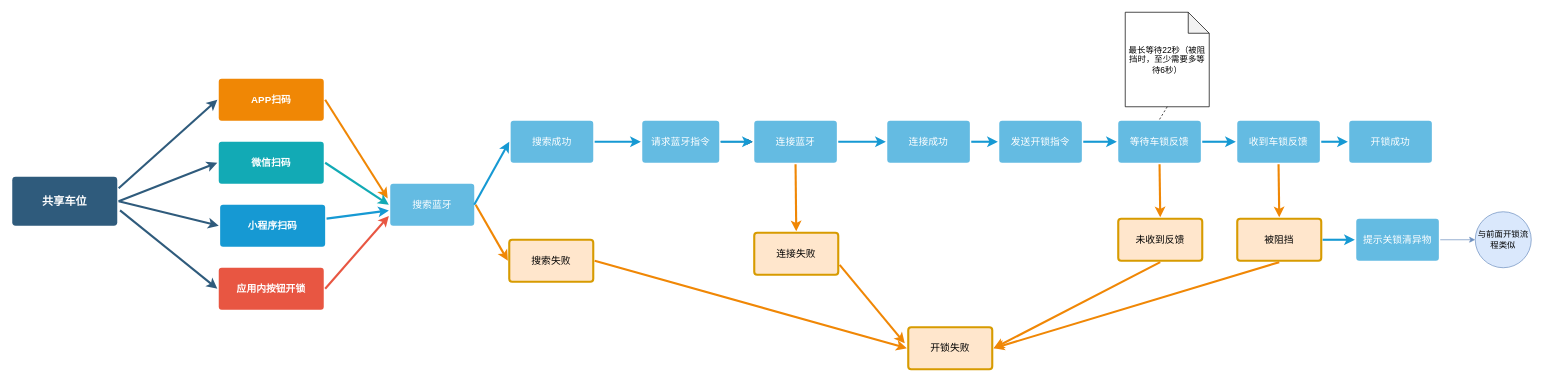
Earlier version of the draw.io diagram page "开锁流程" (1 of 3) of spark/开关锁流程.drawio (MYZ6/draw-io). Source tidied: cells renumbered, new cells numbered last; positions are measured from the earlier drawing's top-left corner, leaving out a move shared by most shapes. Both pictures are drawn from the tidied source at 70%, with x=0, y=0 at pixel (12, 12).
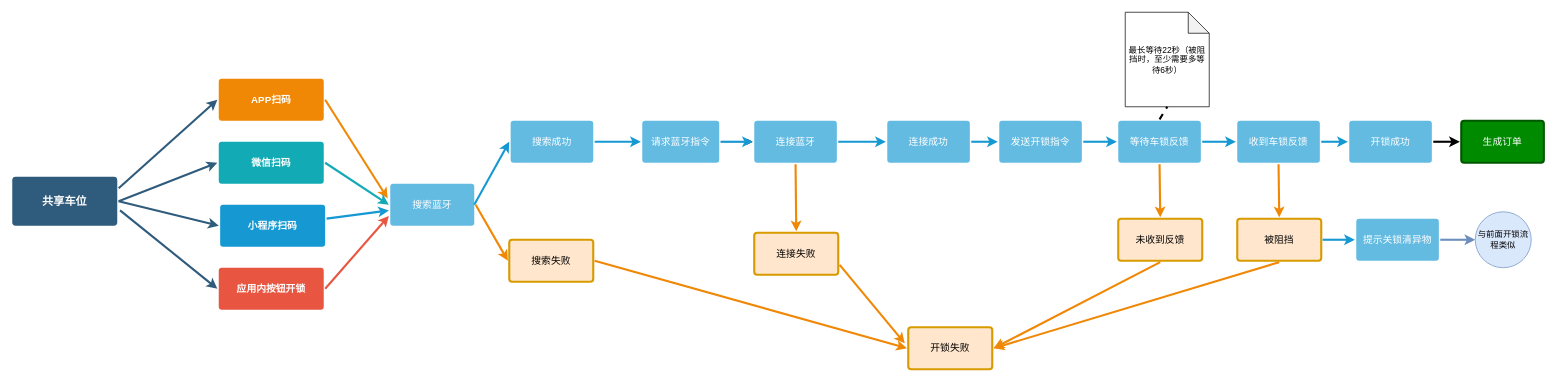
The same page after the edit.

Unchanged cells that the change refers to:
```xml
<mxCell id="26" value="等待车锁反馈" style="rounded=1;whiteSpace=wrap;html=1;shadow=0;labelBackgroundColor=none;strokeColor=none;strokeWidth=3;fillColor=#64bbe2;fontFamily=Helvetica;fontSize=14;fontColor=#FFFFFF;align=center;spacing=5;arcSize=7;perimeterSpacing=2;" parent="1" vertex="1">
  <mxGeometry x="1580" y="155" width="118" height="60" as="geometry" />
</mxCell>
<mxCell id="28" value="最长等待22秒（被阻挡时，至少需要多等待6秒）" style="shape=note;whiteSpace=wrap;html=1;backgroundOutline=1;darkOpacity=0.05;" parent="1" vertex="1">
  <mxGeometry x="1590" width="120" height="135" as="geometry" />
</mxCell>
<mxCell id="31" value="开锁成功" style="rounded=1;whiteSpace=wrap;html=1;shadow=0;labelBackgroundColor=none;strokeColor=none;strokeWidth=3;fillColor=#64bbe2;fontFamily=Helvetica;fontSize=14;fontColor=#FFFFFF;align=center;spacing=5;arcSize=7;perimeterSpacing=2;" parent="1" vertex="1">
  <mxGeometry x="1910" y="155" width="118" height="60" as="geometry" />
</mxCell>
<mxCell id="49" value="提示关锁清异物" style="rounded=1;whiteSpace=wrap;html=1;shadow=0;labelBackgroundColor=none;strokeColor=none;strokeWidth=3;fillColor=#64bbe2;fontFamily=Helvetica;fontSize=14;fontColor=#FFFFFF;align=center;spacing=5;arcSize=7;perimeterSpacing=2;" parent="1" vertex="1">
  <mxGeometry x="1920" y="295" width="118" height="60" as="geometry" />
</mxCell>
<mxCell id="51" value="与前面开锁流程类似" style="ellipse;whiteSpace=wrap;html=1;fillColor=#dae8fc;strokeColor=#6c8ebf;" parent="1" vertex="1">
  <mxGeometry x="2090" y="285" width="80" height="80" as="geometry" />
</mxCell>
```

Change to the diagram source:
```diff
@@
-    <mxCell id="29" style="endArrow=none;dashed=1;html=1;entryX=0.5;entryY=1;entryDx=0;entryDy=0;entryPerimeter=0;exitX=0.5;exitY=0;exitDx=0;exitDy=0;" parent="1" edge="1" source="26" target="28">
+    <mxCell id="29" style="endArrow=none;dashed=1;html=1;entryX=0.5;entryY=1;entryDx=0;entryDy=0;entryPerimeter=0;exitX=0.5;exitY=0;exitDx=0;exitDy=0;strokeWidth=3;" parent="1" edge="1" source="26" target="28">
       <mxGeometry relative="1" as="geometry" />
     </mxCell>
@@
+    <mxCell id="52" style="edgeStyle=orthogonalEdgeStyle;rounded=0;jettySize=auto;html=1;entryX=0;entryY=0.5;entryDx=0;entryDy=0;strokeWidth=3;" parent="1" edge="1" source="31" target="53">
+      <mxGeometry relative="1" as="geometry" />
+    </mxCell>
@@
-    <mxCell id="48" style="edgeStyle=orthogonalEdgeStyle;rounded=0;jettySize=auto;html=1;entryX=0;entryY=0.5;entryDx=0;entryDy=0;fillColor=#dae8fc;strokeColor=#6c8ebf;" parent="1" edge="1" source="49" target="51">
+    <mxCell id="48" style="edgeStyle=orthogonalEdgeStyle;rounded=0;jettySize=auto;html=1;entryX=0;entryY=0.5;entryDx=0;entryDy=0;fillColor=#dae8fc;strokeColor=#6c8ebf;strokeWidth=3;" parent="1" edge="1" source="49" target="51">
       <mxGeometry relative="1" as="geometry" />
     </mxCell>
@@
+    <mxCell id="53" value="生成订单" style="rounded=1;whiteSpace=wrap;html=1;shadow=0;labelBackgroundColor=none;strokeColor=#005700;strokeWidth=3;fillColor=#008a00;fontFamily=Helvetica;fontSize=14;fontColor=#ffffff;align=center;spacing=5;arcSize=7;perimeterSpacing=2;" parent="1" vertex="1">
+      <mxGeometry x="2070" y="155" width="118" height="60" as="geometry" />
+    </mxCell>
```
